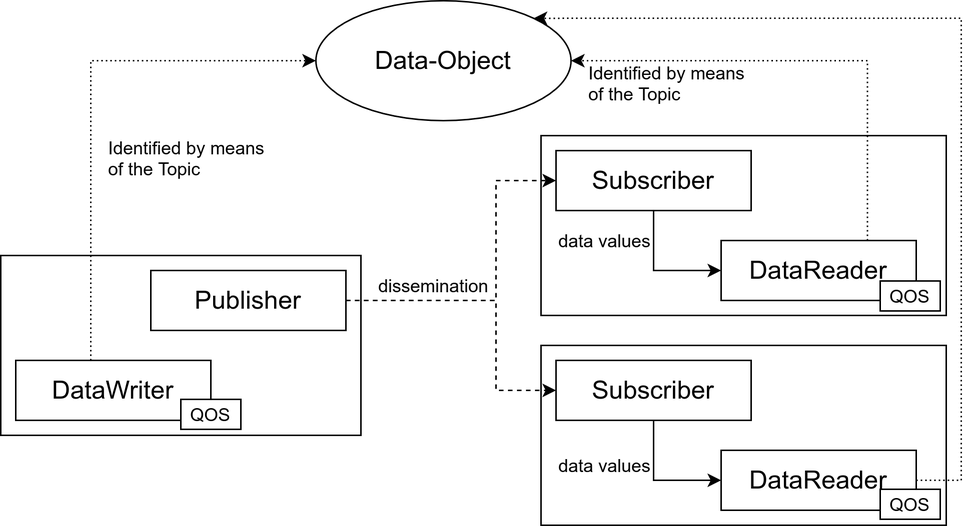
This is images/DDSStructure.png from Boffmann/masterThesis, a draw.io export, as it was before one commit. Source tidied: cells renumbered, new cells last; positions are measured from the earlier drawing's top-left corner, leaving out a move shared by most shapes.
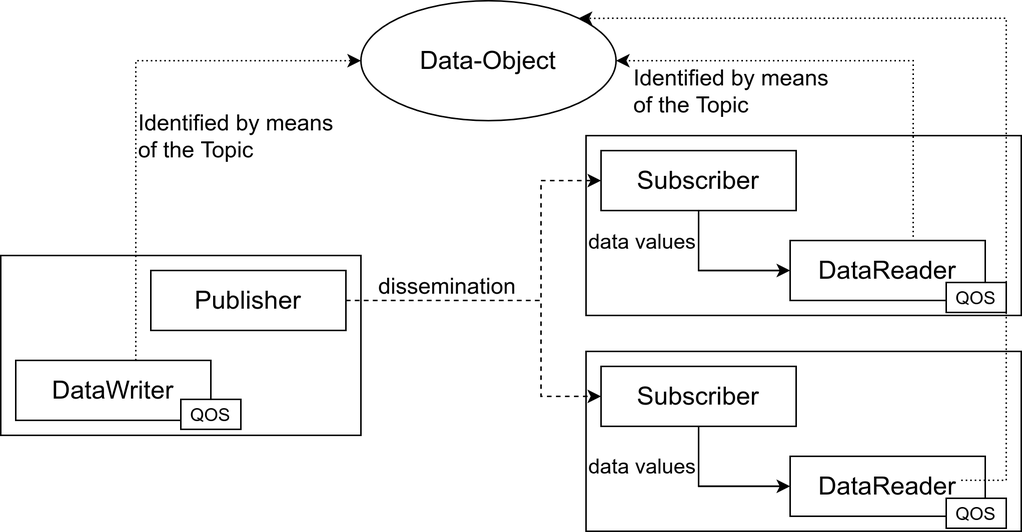
The same diagram one commit later.

The edit, as a diff of the source:
```diff
@@ -3,102 +3,103 @@
     <mxCell id="0" />
     <mxCell id="1" parent="0" />
     <mxCell id="2" style="rounded=0;whiteSpace=wrap;html=1;align=left;" parent="1" vertex="1">
-      <mxGeometry x="360" y="90" width="270" height="120" as="geometry" />
+      <mxGeometry x="360" y="90" width="290" height="120" as="geometry" />
     </mxCell>
     <mxCell id="3" style="rounded=0;whiteSpace=wrap;html=1;align=left;" parent="1" vertex="1">
-      <mxGeometry x="360" y="230" width="270" height="120" as="geometry" />
+      <mxGeometry x="-30" y="170" width="240" height="120" as="geometry" />
     </mxCell>
-    <mxCell id="4" style="rounded=0;whiteSpace=wrap;html=1;align=left;" parent="1" vertex="1">
-      <mxGeometry y="170" width="240" height="120" as="geometry" />
+    <mxCell id="4" value="&lt;font style=&quot;font-size: 17px&quot;&gt;Data-Object&lt;/font&gt;" style="ellipse;whiteSpace=wrap;html=1;" parent="1" vertex="1">
+      <mxGeometry x="210" width="170" height="80" as="geometry" />
     </mxCell>
-    <mxCell id="5" value="&lt;font style=&quot;font-size: 17px&quot;&gt;Data-Object&lt;/font&gt;" style="ellipse;whiteSpace=wrap;html=1;" parent="1" vertex="1">
-      <mxGeometry x="210" width="170" height="80" as="geometry" />
+    <mxCell id="5" style="edgeStyle=orthogonalEdgeStyle;rounded=0;jettySize=auto;html=1;entryX=0;entryY=0.5;entryDx=0;entryDy=0;dashed=1;" parent="1" edge="1" source="6" target="10">
+      <mxGeometry relative="1" as="geometry">
+        <Array as="points">
+          <mxPoint x="330" y="200" />
+          <mxPoint x="330" y="120" />
+        </Array>
+      </mxGeometry>
     </mxCell>
-    <mxCell id="6" style="edgeStyle=orthogonalEdgeStyle;rounded=0;jettySize=auto;html=1;entryX=0;entryY=0.5;entryDx=0;entryDy=0;dashed=1;" parent="1" edge="1" source="7" target="11">
-      <mxGeometry relative="1" as="geometry">
-        <Array as="points">
-          <mxPoint x="330" y="200" />
-          <mxPoint x="330" y="120" />
-        </Array>
-      </mxGeometry>
+    <mxCell id="6" value="&lt;font style=&quot;font-size: 17px&quot;&gt;Publisher&lt;/font&gt;" style="rounded=0;whiteSpace=wrap;html=1;" parent="1" vertex="1">
+      <mxGeometry x="70" y="180" width="130" height="40" as="geometry" />
     </mxCell>
-    <mxCell id="7" value="&lt;font style=&quot;font-size: 17px&quot;&gt;Publisher&lt;/font&gt;" style="rounded=0;whiteSpace=wrap;html=1;" parent="1" vertex="1">
-      <mxGeometry x="100" y="180" width="130" height="40" as="geometry" />
+    <mxCell id="7" style="edgeStyle=orthogonalEdgeStyle;rounded=0;jettySize=auto;html=1;entryX=0;entryY=0.5;entryDx=0;entryDy=0;dashed=1;dashPattern=1 2;" parent="1" edge="1" source="8" target="4">
+      <mxGeometry relative="1" as="geometry">
+        <Array as="points">
+          <mxPoint x="60" y="40" />
+        </Array>
+      </mxGeometry>
     </mxCell>
-    <mxCell id="8" style="edgeStyle=orthogonalEdgeStyle;rounded=0;jettySize=auto;html=1;entryX=0;entryY=0.5;entryDx=0;entryDy=0;dashed=1;dashPattern=1 2;" parent="1" edge="1" source="9" target="5">
-      <mxGeometry relative="1" as="geometry">
-        <Array as="points">
-          <mxPoint x="60" y="40" />
-        </Array>
-      </mxGeometry>
+    <mxCell id="8" value="&lt;font style=&quot;font-size: 17px&quot;&gt;DataWriter&lt;/font&gt;" style="rounded=0;whiteSpace=wrap;html=1;" parent="1" vertex="1">
+      <mxGeometry x="-20" y="240" width="130" height="40" as="geometry" />
     </mxCell>
-    <mxCell id="9" value="&lt;font style=&quot;font-size: 17px&quot;&gt;DataWriter&lt;/font&gt;" style="rounded=0;whiteSpace=wrap;html=1;" parent="1" vertex="1">
-      <mxGeometry x="10" y="240" width="130" height="40" as="geometry" />
+    <mxCell id="9" style="edgeStyle=orthogonalEdgeStyle;rounded=0;jettySize=auto;html=1;entryX=0;entryY=0.5;entryDx=0;entryDy=0;" parent="1" edge="1" source="10" target="12">
+      <mxGeometry relative="1" as="geometry" />
     </mxCell>
-    <mxCell id="10" style="edgeStyle=orthogonalEdgeStyle;rounded=0;jettySize=auto;html=1;entryX=0;entryY=0.5;entryDx=0;entryDy=0;" parent="1" edge="1" source="11" target="13">
-      <mxGeometry relative="1" as="geometry" />
+    <mxCell id="10" value="&lt;font style=&quot;font-size: 17px&quot;&gt;Subscriber&lt;/font&gt;" style="rounded=0;whiteSpace=wrap;html=1;" parent="1" vertex="1">
+      <mxGeometry x="370" y="100" width="130" height="40" as="geometry" />
     </mxCell>
-    <mxCell id="11" value="&lt;font style=&quot;font-size: 17px&quot;&gt;Subscriber&lt;/font&gt;" style="rounded=0;whiteSpace=wrap;html=1;" parent="1" vertex="1">
-      <mxGeometry x="370" y="100" width="130" height="40" as="geometry" />
+    <mxCell id="11" style="edgeStyle=orthogonalEdgeStyle;rounded=0;jettySize=auto;html=1;exitX=0.75;exitY=0;exitDx=0;exitDy=0;entryX=1;entryY=0.5;entryDx=0;entryDy=0;dashed=1;dashPattern=1 2;" parent="1" edge="1" source="12" target="4">
+      <mxGeometry relative="1" as="geometry">
+        <Array as="points">
+          <mxPoint x="578" y="40" />
+        </Array>
+      </mxGeometry>
     </mxCell>
-    <mxCell id="12" style="edgeStyle=orthogonalEdgeStyle;rounded=0;jettySize=auto;html=1;exitX=0.75;exitY=0;exitDx=0;exitDy=0;entryX=1;entryY=0.5;entryDx=0;entryDy=0;dashed=1;dashPattern=1 2;" parent="1" edge="1" source="13" target="5">
-      <mxGeometry relative="1" as="geometry">
-        <Array as="points">
-          <mxPoint x="578" y="40" />
-        </Array>
-      </mxGeometry>
+    <mxCell id="12" value="&lt;font style=&quot;font-size: 17px&quot;&gt;DataReader&lt;/font&gt;" style="rounded=0;whiteSpace=wrap;html=1;" parent="1" vertex="1">
+      <mxGeometry x="496" y="160" width="130" height="40" as="geometry" />
     </mxCell>
-    <mxCell id="13" value="&lt;font style=&quot;font-size: 17px&quot;&gt;DataReader&lt;/font&gt;" style="rounded=0;whiteSpace=wrap;html=1;" parent="1" vertex="1">
-      <mxGeometry x="480" y="160" width="130" height="40" as="geometry" />
+    <mxCell id="13" value="&lt;font style=&quot;font-size: 15px&quot;&gt;Identified by means&lt;br&gt;of the Topic&lt;/font&gt;" style="text;html=1;align=left;verticalAlign=middle;points=[];" parent="1" vertex="1">
+      <mxGeometry x="60" y="70" width="150" height="40" as="geometry" />
     </mxCell>
-    <mxCell id="14" style="edgeStyle=orthogonalEdgeStyle;rounded=0;jettySize=auto;html=1;exitX=0.5;exitY=1;exitDx=0;exitDy=0;entryX=0;entryY=0.5;entryDx=0;entryDy=0;" parent="1" edge="1" source="15" target="16">
-      <mxGeometry relative="1" as="geometry" />
+    <mxCell id="14" value="&lt;font style=&quot;font-size: 15px&quot;&gt;Identified by means&lt;br&gt;of the Topic&lt;/font&gt;" style="text;html=1;align=left;verticalAlign=middle;" parent="1" vertex="1">
+      <mxGeometry x="390" y="40" width="150" height="40" as="geometry" />
     </mxCell>
-    <mxCell id="15" value="&lt;font style=&quot;font-size: 17px&quot;&gt;Subscriber&lt;/font&gt;" style="rounded=0;whiteSpace=wrap;html=1;" parent="1" vertex="1">
-      <mxGeometry x="370" y="240" width="130" height="40" as="geometry" />
+    <mxCell id="15" value="&lt;font style=&quot;font-size: 14px&quot;&gt;data values&lt;/font&gt;" style="text;html=1;align=left;verticalAlign=middle;points=[];" parent="1" vertex="1">
+      <mxGeometry x="360" y="150" width="90" height="20" as="geometry" />
     </mxCell>
-    <mxCell id="16" value="&lt;font style=&quot;font-size: 17px&quot;&gt;DataReader&lt;/font&gt;" style="rounded=0;whiteSpace=wrap;html=1;" parent="1" vertex="1">
-      <mxGeometry x="480" y="300" width="130" height="40" as="geometry" />
+    <mxCell id="16" value="&lt;font style=&quot;font-size: 15px&quot;&gt;dissemination&lt;/font&gt;" style="text;html=1;align=left;verticalAlign=middle;points=[];" parent="1" vertex="1">
+      <mxGeometry x="220" y="180" width="110" height="20" as="geometry" />
     </mxCell>
-    <mxCell id="17" value="Identified by means&lt;br&gt;of the Topic" style="text;html=1;align=left;verticalAlign=middle;" parent="1" vertex="1">
-      <mxGeometry x="70" y="90" width="120" height="30" as="geometry" />
+    <mxCell id="17" value="QOS" style="rounded=0;whiteSpace=wrap;html=1;align=center;" parent="1" vertex="1">
+      <mxGeometry x="90" y="266" width="40" height="20" as="geometry" />
     </mxCell>
-    <mxCell id="18" value="Identified by means&lt;br&gt;of the Topic" style="text;html=1;align=left;verticalAlign=middle;" parent="1" vertex="1">
-      <mxGeometry x="390" y="40" width="120" height="30" as="geometry" />
+    <mxCell id="18" value="QOS" style="rounded=0;whiteSpace=wrap;html=1;align=center;" parent="1" vertex="1">
+      <mxGeometry x="600" y="188" width="40" height="20" as="geometry" />
     </mxCell>
-    <mxCell id="19" value="data values" style="text;html=1;align=left;verticalAlign=middle;" parent="1" vertex="1">
-      <mxGeometry x="370" y="150" width="80" height="20" as="geometry" />
+    <mxCell id="19" style="rounded=0;whiteSpace=wrap;html=1;align=left;" parent="1" vertex="1">
+      <mxGeometry x="360" y="234" width="290" height="120" as="geometry" />
     </mxCell>
-    <mxCell id="20" value="data values" style="text;html=1;align=left;verticalAlign=middle;" parent="1" vertex="1">
-      <mxGeometry x="370" y="300" width="80" height="20" as="geometry" />
+    <mxCell id="20" style="edgeStyle=orthogonalEdgeStyle;rounded=0;jettySize=auto;html=1;entryX=0;entryY=0.5;entryDx=0;entryDy=0;" parent="1" edge="1" source="21" target="22">
+      <mxGeometry relative="1" as="geometry" />
     </mxCell>
-    <mxCell id="21" style="endArrow=classic;html=1;exitX=1;exitY=0.5;exitDx=0;exitDy=0;entryX=0;entryY=0.5;entryDx=0;entryDy=0;edgeStyle=orthogonalEdgeStyle;elbow=vertical;rounded=0;dashed=1;" parent="1" edge="1" source="7" target="15">
-      <mxGeometry relative="1" as="geometry">
-        <Array as="points">
-          <mxPoint x="330" y="200" />
-          <mxPoint x="330" y="260" />
-        </Array>
-      </mxGeometry>
+    <mxCell id="21" value="&lt;font style=&quot;font-size: 17px&quot;&gt;Subscriber&lt;/font&gt;" style="rounded=0;whiteSpace=wrap;html=1;" parent="1" vertex="1">
+      <mxGeometry x="370" y="244" width="130" height="40" as="geometry" />
     </mxCell>
-    <mxCell id="22" value="dissemination" style="text;html=1;align=left;verticalAlign=middle;points=[];" parent="1" vertex="1">
-      <mxGeometry x="250" y="180" width="90" height="20" as="geometry" />
+    <mxCell id="22" value="&lt;font style=&quot;font-size: 17px&quot;&gt;DataReader&lt;/font&gt;" style="rounded=0;whiteSpace=wrap;html=1;" parent="1" vertex="1">
+      <mxGeometry x="496" y="304" width="130" height="40" as="geometry" />
     </mxCell>
-    <mxCell id="23" value="QOS" style="rounded=0;whiteSpace=wrap;html=1;align=center;" parent="1" vertex="1">
-      <mxGeometry x="120" y="266" width="40" height="20" as="geometry" />
+    <mxCell id="23" value="&lt;font style=&quot;font-size: 14px&quot;&gt;data values&lt;/font&gt;" style="text;html=1;align=left;verticalAlign=middle;" parent="1" vertex="1">
+      <mxGeometry x="360" y="300" width="90" height="20" as="geometry" />
     </mxCell>
     <mxCell id="24" value="QOS" style="rounded=0;whiteSpace=wrap;html=1;align=center;" parent="1" vertex="1">
-      <mxGeometry x="586" y="187" width="40" height="20" as="geometry" />
+      <mxGeometry x="600" y="332" width="40" height="20" as="geometry" />
     </mxCell>
-    <mxCell id="25" style="edgeStyle=orthogonalEdgeStyle;rounded=0;jettySize=auto;html=1;exitX=1;exitY=0.5;exitDx=0;exitDy=0;entryX=1;entryY=0;entryDx=0;entryDy=0;dashed=1;dashPattern=1 2;" parent="1" edge="1" source="16" target="5">
+    <mxCell id="25" style="endArrow=classic;html=1;exitX=1;exitY=0.5;exitDx=0;exitDy=0;edgeStyle=orthogonalEdgeStyle;elbow=vertical;rounded=0;dashed=1;entryX=0;entryY=0.5;entryDx=0;entryDy=0;" parent="1" edge="1" source="6" target="21">
       <mxGeometry relative="1" as="geometry">
         <Array as="points">
-          <mxPoint x="640" y="320" />
-          <mxPoint x="640" y="12" />
+          <mxPoint x="330" y="200" />
+          <mxPoint x="330" y="264" />
         </Array>
       </mxGeometry>
     </mxCell>
-    <mxCell id="26" value="QOS" style="rounded=0;whiteSpace=wrap;html=1;align=center;" parent="1" vertex="1">
-      <mxGeometry x="586" y="326" width="40" height="20" as="geometry" />
+    <mxCell id="26" style="edgeStyle=orthogonalEdgeStyle;rounded=0;jettySize=auto;html=1;exitX=1;exitY=0.5;exitDx=0;exitDy=0;entryX=1;entryY=0;entryDx=0;entryDy=0;dashed=1;dashPattern=1 2;" parent="1" edge="1" target="4">
+      <mxGeometry relative="1" as="geometry">
+        <mxPoint x="610" y="320" as="sourcePoint" />
+        <Array as="points">
+          <mxPoint x="640" y="320" />
+          <mxPoint x="640" y="12" />
+        </Array>
+      </mxGeometry>
     </mxCell>
   </root>
 </mxGraphModel>
```
